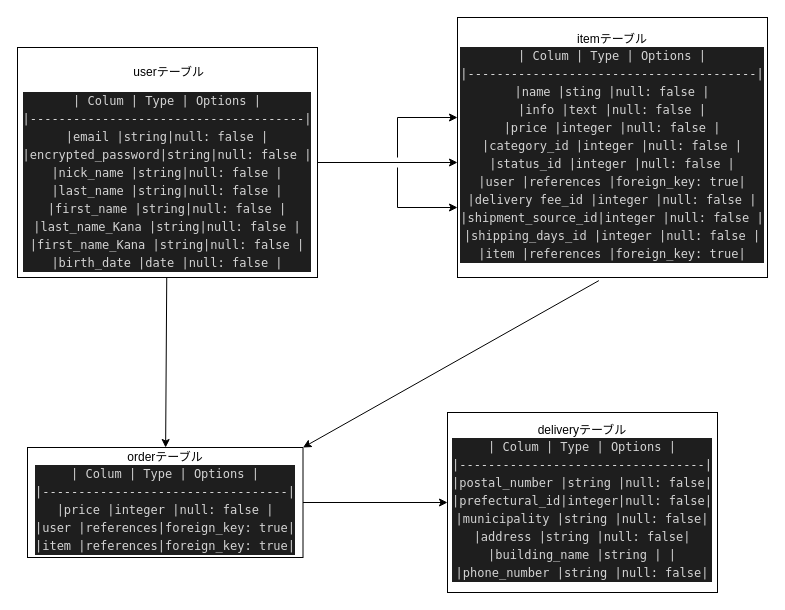
kenshiro0107/furima-31158 keeps this draw.io diagram as furima.dio. Above is the earlier version. Source tidied: cells renumbered, new cells numbered last; positions are measured from the earlier drawing's top-left corner, leaving out a move shared by most shapes. Both pictures are drawn from the tidied source at 100%, with x=0, y=0 at pixel (17, 17).
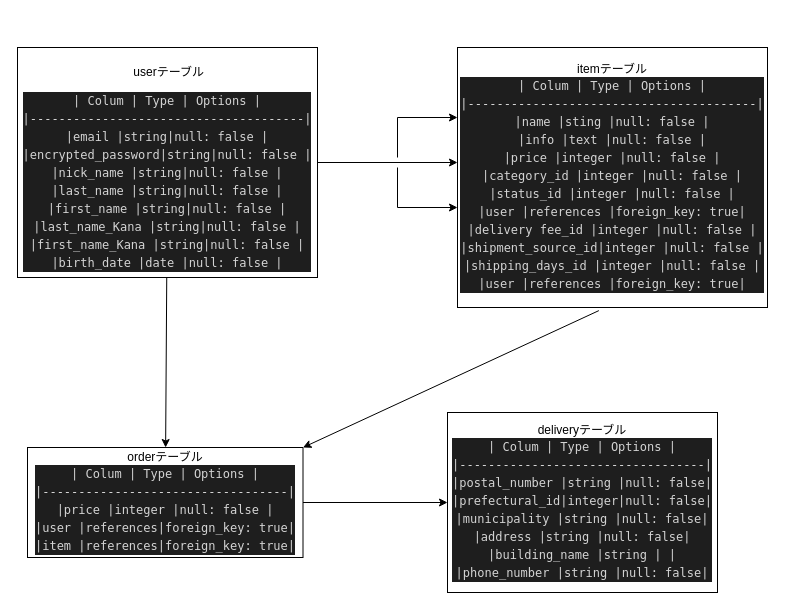
The same page after the edit.

Commit message (it also covers changes not shown here):
データベース設計再々々修正

Diff of the diagram source:
```diff
@@
 <mxGraphModel>
   <root>
     <mxCell id="0" />
     <mxCell id="1" parent="0" />
     <mxCell id="2" style="edgeStyle=none;rounded=0;jettySize=auto;html=1;" parent="1" edge="1" source="4">
       <mxGeometry relative="1" as="geometry">
         <mxPoint x="440" y="145" as="targetPoint" />
       </mxGeometry>
     </mxCell>
     <mxCell id="3" style="edgeStyle=none;rounded=0;orthogonalLoop=1;jettySize=auto;html=1;" parent="1" edge="1">
       <mxGeometry relative="1" as="geometry">
         <mxPoint x="380" y="140" as="sourcePoint" />
         <mxPoint x="440" y="100" as="targetPoint" />
         <Array as="points">
           <mxPoint x="380" y="100" />
         </Array>
       </mxGeometry>
     </mxCell>
     <mxCell id="4" value="&lt;p&gt;&amp;nbsp;userテーブル&lt;/p&gt;&lt;div style=&quot;color: rgb(212 , 212 , 212) ; background-color: rgb(30 , 30 , 30) ; font-family: &amp;#34;menlo&amp;#34; , &amp;#34;monaco&amp;#34; , &amp;#34;courier new&amp;#34; , monospace ; line-height: 18px&quot;&gt;&lt;div&gt;| Colum            | Type | Options    |&lt;/div&gt;&lt;div&gt;|--------------------------------------|&lt;/div&gt;&lt;div&gt;|email             |string|null: false |&lt;/div&gt;&lt;div&gt;|encrypted_password|string|null: false |&lt;/div&gt;&lt;div&gt;|nick_name         |string|null: false |&lt;/div&gt;&lt;div&gt;|last_name         |string|null: false |&lt;/div&gt;&lt;div&gt;|first_name        |string|null: false |&lt;/div&gt;&lt;div&gt;|last_name_Kana    |string|null: false |&lt;/div&gt;&lt;div&gt;|first_name_Kana   |string|null: false |&lt;/div&gt;&lt;div&gt;|birth_date        |date  |null: false |&lt;/div&gt;&lt;/div&gt;" style="whiteSpace=wrap;html=1;" parent="1" vertex="1">
       <mxGeometry y="30" width="300" height="230" as="geometry" />
     </mxCell>
-    <mxCell id="5" value="itemテーブル&lt;br&gt;&lt;div style=&quot;color: rgb(212 , 212 , 212) ; background-color: rgb(30 , 30 , 30) ; font-family: &amp;#34;menlo&amp;#34; , &amp;#34;monaco&amp;#34; , &amp;#34;courier new&amp;#34; , monospace ; line-height: 18px&quot;&gt;&lt;div style=&quot;font-family: &amp;#34;menlo&amp;#34; , &amp;#34;monaco&amp;#34; , &amp;#34;courier new&amp;#34; , monospace ; line-height: 18px&quot;&gt;&lt;div style=&quot;font-family: &amp;#34;menlo&amp;#34; , &amp;#34;monaco&amp;#34; , &amp;#34;courier new&amp;#34; , monospace ; line-height: 18px&quot;&gt;&lt;div style=&quot;font-family: &amp;#34;menlo&amp;#34; , &amp;#34;monaco&amp;#34; , &amp;#34;courier new&amp;#34; , monospace ; line-height: 18px&quot;&gt;&lt;div&gt;| Colum            | Type        | Options         |&lt;/div&gt;&lt;div&gt;|----------------------------------------|&lt;/div&gt;&lt;div&gt;|name              |sting        |null: false      |&lt;/div&gt;&lt;div&gt;|info              |text         |null: false      |&lt;/div&gt;&lt;div&gt;|price             |integer      |null: false      |&lt;/div&gt;&lt;div&gt;|category_id       |integer      |null: false      |&lt;/div&gt;&lt;div&gt;|status_id         |integer      |null: false      |&lt;/div&gt;&lt;div&gt;|user              |references   |foreign_key: true|&lt;/div&gt;&lt;div&gt;|delivery fee_id   |integer      |null: false      |&lt;/div&gt;&lt;div&gt;|shipment_source_id|integer      |null: false      |&lt;/div&gt;&lt;div&gt;|shipping_days_id  |integer      |null: false      |&lt;/div&gt;&lt;div&gt;|item              |references   |foreign_key: true|&lt;/div&gt;&lt;/div&gt;&lt;/div&gt;&lt;/div&gt;&lt;/div&gt;" style="whiteSpace=wrap;html=1;" parent="1" vertex="1">
-      <mxGeometry x="440" width="310" height="260" as="geometry" />
+    <mxCell id="5" value="itemテーブル&lt;br&gt;&lt;div style=&quot;color: rgb(212 , 212 , 212) ; background-color: rgb(30 , 30 , 30) ; font-family: &amp;#34;menlo&amp;#34; , &amp;#34;monaco&amp;#34; , &amp;#34;courier new&amp;#34; , monospace ; line-height: 18px&quot;&gt;&lt;div style=&quot;font-family: &amp;#34;menlo&amp;#34; , &amp;#34;monaco&amp;#34; , &amp;#34;courier new&amp;#34; , monospace ; line-height: 18px&quot;&gt;&lt;div style=&quot;font-family: &amp;#34;menlo&amp;#34; , &amp;#34;monaco&amp;#34; , &amp;#34;courier new&amp;#34; , monospace ; line-height: 18px&quot;&gt;&lt;div style=&quot;font-family: &amp;#34;menlo&amp;#34; , &amp;#34;monaco&amp;#34; , &amp;#34;courier new&amp;#34; , monospace ; line-height: 18px&quot;&gt;&lt;div style=&quot;font-family: &amp;#34;menlo&amp;#34; , &amp;#34;monaco&amp;#34; , &amp;#34;courier new&amp;#34; , monospace ; line-height: 18px&quot;&gt;&lt;div&gt;| Colum            | Type        | Options         |&lt;/div&gt;&lt;div&gt;|----------------------------------------|&lt;/div&gt;&lt;div&gt;|name              |sting        |null: false      |&lt;/div&gt;&lt;div&gt;|info              |text         |null: false      |&lt;/div&gt;&lt;div&gt;|price             |integer      |null: false      |&lt;/div&gt;&lt;div&gt;|category_id       |integer      |null: false      |&lt;/div&gt;&lt;div&gt;|status_id         |integer      |null: false      |&lt;/div&gt;&lt;div&gt;|user              |references   |foreign_key: true|&lt;/div&gt;&lt;div&gt;|delivery fee_id   |integer      |null: false      |&lt;/div&gt;&lt;div&gt;|shipment_source_id|integer      |null: false      |&lt;/div&gt;&lt;div&gt;|shipping_days_id  |integer      |null: false      |&lt;/div&gt;&lt;div&gt;|user              |references   |foreign_key: true|&lt;/div&gt;&lt;/div&gt;&lt;/div&gt;&lt;/div&gt;&lt;/div&gt;&lt;/div&gt;" style="whiteSpace=wrap;html=1;" parent="1" vertex="1">
+      <mxGeometry x="440" y="30" width="310" height="260" as="geometry" />
     </mxCell>
     <mxCell id="6" style="edgeStyle=none;rounded=0;jettySize=auto;html=1;exitX=0.456;exitY=1.012;exitDx=0;exitDy=0;exitPerimeter=0;entryX=1;entryY=0;entryDx=0;entryDy=0;" parent="1" edge="1" source="5" target="9">
       <mxGeometry relative="1" as="geometry" />
     </mxCell>
     <mxCell id="7" style="edgeStyle=none;rounded=0;jettySize=auto;html=1;" parent="1" edge="1" source="4" target="9">
       <mxGeometry relative="1" as="geometry" />
     </mxCell>
     <mxCell id="8" style="edgeStyle=none;rounded=0;jettySize=auto;html=1;" parent="1" edge="1" source="9">
       <mxGeometry relative="1" as="geometry">
         <mxPoint x="430" y="485" as="targetPoint" />
       </mxGeometry>
     </mxCell>
     <mxCell id="9" value="orderテーブル&lt;br&gt;&lt;div style=&quot;color: rgb(212 , 212 , 212) ; background-color: rgb(30 , 30 , 30) ; font-family: &amp;#34;menlo&amp;#34; , &amp;#34;monaco&amp;#34; , &amp;#34;courier new&amp;#34; , monospace ; line-height: 18px&quot;&gt;&lt;div&gt;| Colum        | Type     | Options         |&lt;/div&gt;&lt;div&gt;|----------------------------------|&lt;/div&gt;&lt;div&gt;|price         |integer   |null: false      |&lt;/div&gt;&lt;div&gt;|user          |references|foreign_key: true|&lt;/div&gt;&lt;div&gt;|item          |references|foreign_key: true|&lt;/div&gt;&lt;/div&gt;" style="whiteSpace=wrap;html=1;" parent="1" vertex="1">
       <mxGeometry x="10" y="430" width="275.5" height="110" as="geometry" />
     </mxCell>
     <mxCell id="10" style="edgeStyle=none;rounded=0;orthogonalLoop=1;jettySize=auto;html=1;" parent="1" edge="1">
       <mxGeometry relative="1" as="geometry">
         <mxPoint x="380" y="150" as="sourcePoint" />
         <mxPoint x="440" y="190" as="targetPoint" />
         <Array as="points">
           <mxPoint x="380" y="190" />
         </Array>
       </mxGeometry>
     </mxCell>
     <mxCell id="11" value="deliveryテーブル&lt;br&gt;&lt;div style=&quot;color: rgb(212 , 212 , 212) ; background-color: rgb(30 , 30 , 30) ; font-family: &amp;#34;menlo&amp;#34; , &amp;#34;monaco&amp;#34; , &amp;#34;courier new&amp;#34; , monospace ; line-height: 18px&quot;&gt;&lt;div style=&quot;font-family: &amp;#34;menlo&amp;#34; , &amp;#34;monaco&amp;#34; , &amp;#34;courier new&amp;#34; , monospace ; line-height: 18px&quot;&gt;&lt;div&gt;| Colum        | Type  | Options   |&lt;/div&gt;&lt;div&gt;|----------------------------------|&lt;/div&gt;&lt;div&gt;|postal_number |string |null: false|&lt;/div&gt;&lt;div&gt;|prefectural_id|integer|null: false|&lt;/div&gt;&lt;div&gt;|municipality  |string |null: false|&lt;/div&gt;&lt;div&gt;|address       |string |null: false|&lt;/div&gt;&lt;div&gt;|building_name |string |           |&lt;/div&gt;&lt;div&gt;|phone_number  |string |null: false|&lt;/div&gt;&lt;/div&gt;&lt;/div&gt;" style="whiteSpace=wrap;html=1;" parent="1" vertex="1">
       <mxGeometry x="430" y="395" width="270" height="180" as="geometry" />
     </mxCell>
   </root>
 </mxGraphModel>
```
